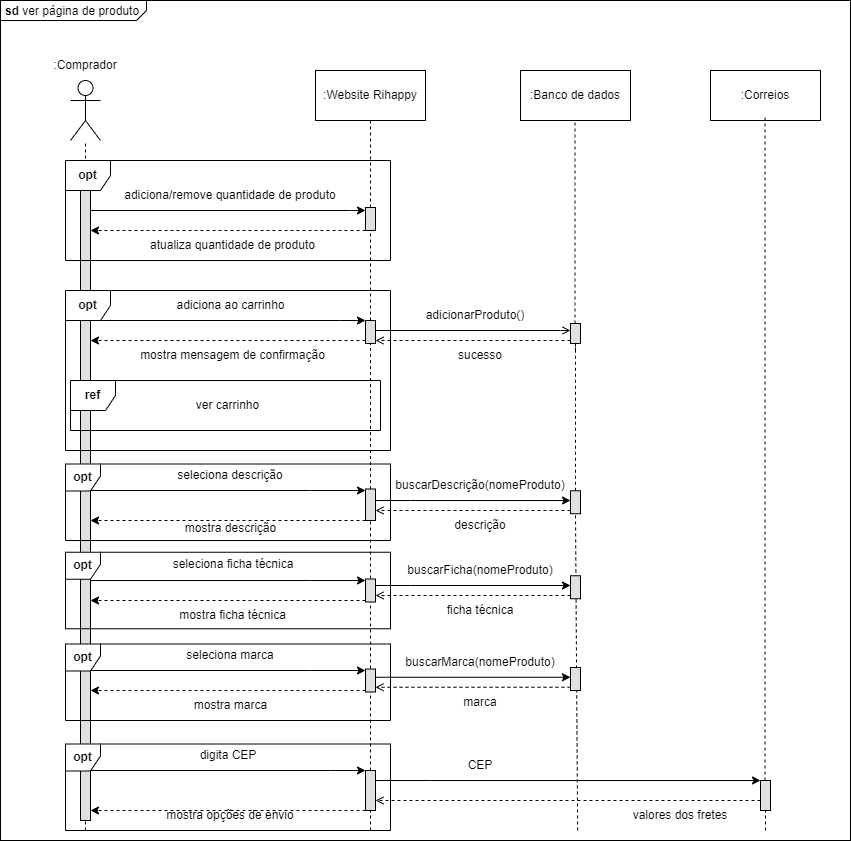
UnBArqDsw2023-1/2023.1_G4_ProjetoRiHappy keeps this draw.io diagram as docs/Modelagem/images/diagramaDeSequenciaProduto_v2.png. Above is the earlier version. Source tidied: cells renumbered, new cells last; positions are measured from the earlier drawing's top-left corner, leaving out a move shared by most shapes.
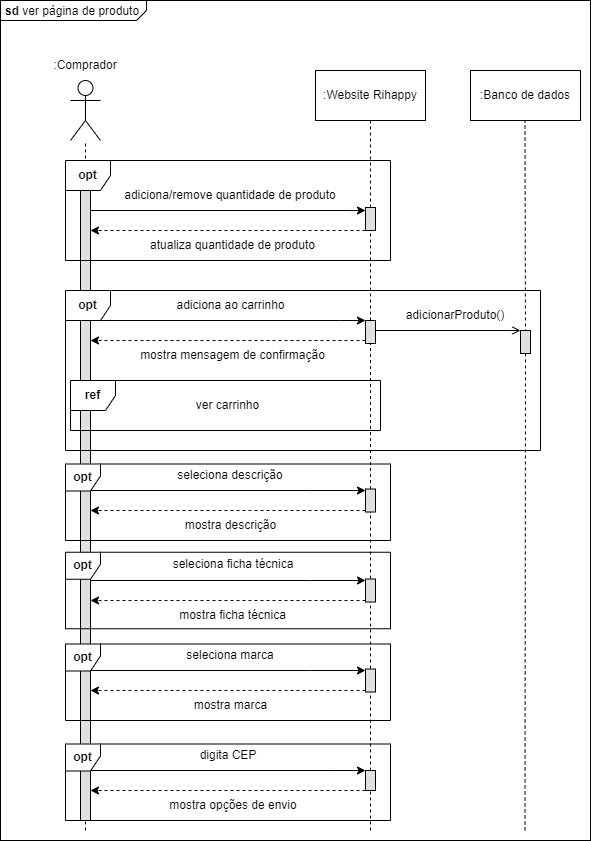
Above is the later version.

Commit message:
substituição das segundas versões com pequenas alterações

Diff of the diagram source:
```diff
@@ -3,7 +3,7 @@
     <mxCell id="0" />
     <mxCell id="1" parent="0" />
     <mxCell id="2" value="&lt;p style=&quot;margin:0px;margin-top:4px;margin-left:5px;text-align:left;&quot;&gt;&lt;b&gt;sd&lt;/b&gt;&amp;nbsp;ver página de produto&lt;/p&gt;" style="html=1;shape=mxgraph.sysml.package;overflow=fill;labelX=146.9;align=left;spacingLeft=5;verticalAlign=top;spacingTop=-3;" parent="1" vertex="1">
-      <mxGeometry width="850" height="840" as="geometry" />
+      <mxGeometry width="590" height="840" as="geometry" />
     </mxCell>
     <mxCell id="3" style="group;" parent="1" vertex="1">
       <mxGeometry x="55" y="50" width="60" height="90" as="geometry" />
@@ -93,11 +93,6 @@
     <mxCell id="22" style="edgeStyle=elbowEdgeStyle;rounded=0;jettySize=auto;html=1;elbow=vertical;curved=0;endArrow=open;endFill=0;" parent="1" edge="1" source="23" target="80">
       <mxGeometry relative="1" as="geometry">
         <Array as="points">
-          <mxPoint x="560" y="330" />
-          <mxPoint x="560" y="320" />
-          <mxPoint x="550" y="320" />
-          <mxPoint x="460" y="330" />
-          <mxPoint x="470" y="330" />
           <mxPoint x="510" y="330" />
         </Array>
       </mxGeometry>
@@ -112,36 +107,27 @@
       <mxGeometry x="135" y="340" width="195" height="30" as="geometry" />
     </mxCell>
     <mxCell id="26" value="&lt;b&gt;opt&lt;/b&gt;" style="shape=umlFrame;whiteSpace=wrap;html=1;width=45;height=30;" parent="1" vertex="1">
-      <mxGeometry x="65" y="290" width="325" height="160" as="geometry" />
+      <mxGeometry x="65" y="290" width="475" height="160" as="geometry" />
     </mxCell>
     <mxCell id="27" style="endArrow=none;dashed=1;html=1;rounded=0;entryX=0.5;entryY=1;entryDx=0;entryDy=0;" parent="1" edge="1" source="49" target="30">
       <mxGeometry relative="1" as="geometry" />
     </mxCell>
     <mxCell id="28" style="edgeStyle=elbowEdgeStyle;rounded=0;jettySize=auto;html=1;elbow=vertical;curved=0;dashed=1;" parent="1" edge="1" source="30">
       <mxGeometry relative="1" as="geometry">
-        <mxPoint x="90" y="520" as="targetPoint" />
+        <mxPoint x="90" y="510" as="targetPoint" />
         <Array as="points">
-          <mxPoint x="320" y="520" />
           <mxPoint x="250" y="510" />
         </Array>
       </mxGeometry>
     </mxCell>
-    <mxCell id="29" style="edgeStyle=elbowEdgeStyle;rounded=0;jettySize=auto;html=1;elbow=vertical;curved=0;" parent="1" edge="1" source="30" target="61">
-      <mxGeometry relative="1" as="geometry">
-        <Array as="points">
-          <mxPoint x="410" y="500" />
-          <mxPoint x="510" y="490" />
-        </Array>
-      </mxGeometry>
-    </mxCell>
     <mxCell id="30" style="html=1;points=[];perimeter=orthogonalPerimeter;outlineConnect=0;targetShapes=umlLifeline;portConstraint=eastwest;newEdgeStyle={&quot;edgeStyle&quot;:&quot;elbowEdgeStyle&quot;,&quot;elbow&quot;:&quot;vertical&quot;,&quot;curved&quot;:0,&quot;rounded&quot;:0};fillColor=#E0E0E0;" parent="1" vertex="1">
-      <mxGeometry x="365" y="488.5" width="10" height="31.5" as="geometry" />
+      <mxGeometry x="365" y="488.5" width="10" height="23" as="geometry" />
     </mxCell>
     <mxCell id="31" value="seleciona descrição" style="text;html=1;strokeColor=none;fillColor=none;align=center;verticalAlign=middle;whiteSpace=wrap;rounded=0;" parent="1" vertex="1">
       <mxGeometry x="176.2" y="460" width="107.5" height="30" as="geometry" />
     </mxCell>
     <mxCell id="32" value="mostra descrição" style="text;html=1;strokeColor=none;fillColor=none;align=center;verticalAlign=middle;whiteSpace=wrap;rounded=0;" parent="1" vertex="1">
-      <mxGeometry x="178.8" y="513.2" width="102.5" height="30" as="geometry" />
+      <mxGeometry x="178.8" y="510" width="102.5" height="30" as="geometry" />
     </mxCell>
     <mxCell id="33" style="edgeStyle=elbowEdgeStyle;rounded=0;jettySize=auto;html=1;elbow=vertical;curved=0;" parent="1" edge="1" target="35">
       <mxGeometry relative="1" as="geometry">
@@ -209,35 +195,23 @@
     </mxCell>
     <mxCell id="47" style="edgeStyle=elbowEdgeStyle;rounded=0;jettySize=auto;html=1;elbow=vertical;curved=0;dashed=1;" parent="1" edge="1" source="49">
       <mxGeometry relative="1" as="geometry">
-        <mxPoint x="90" y="810" as="targetPoint" />
+        <mxPoint x="90" y="790" as="targetPoint" />
         <Array as="points">
-          <mxPoint x="330" y="810" />
           <mxPoint x="140" y="790" />
         </Array>
       </mxGeometry>
     </mxCell>
-    <mxCell id="48" style="edgeStyle=elbowEdgeStyle;rounded=0;jettySize=auto;html=1;elbow=vertical;curved=0;endArrow=classic;endFill=1;" parent="1" edge="1" source="49" target="83">
-      <mxGeometry relative="1" as="geometry">
-        <Array as="points">
-          <mxPoint x="430" y="780" />
-          <mxPoint x="540" y="780" />
-          <mxPoint x="500" y="770" />
-          <mxPoint x="550" y="780" />
-          <mxPoint x="550" y="770" />
-        </Array>
-      </mxGeometry>
-    </mxCell>
     <mxCell id="49" style="html=1;points=[];perimeter=orthogonalPerimeter;outlineConnect=0;targetShapes=umlLifeline;portConstraint=eastwest;newEdgeStyle={&quot;edgeStyle&quot;:&quot;elbowEdgeStyle&quot;,&quot;elbow&quot;:&quot;vertical&quot;,&quot;curved&quot;:0,&quot;rounded&quot;:0};fillColor=#E0E0E0;" parent="1" vertex="1">
-      <mxGeometry x="365" y="770" width="10" height="40" as="geometry" />
+      <mxGeometry x="365" y="770" width="10" height="20" as="geometry" />
     </mxCell>
     <mxCell id="50" value="digita CEP" style="text;html=1;strokeColor=none;fillColor=none;align=center;verticalAlign=middle;whiteSpace=wrap;rounded=0;" parent="1" vertex="1">
       <mxGeometry x="197.5" y="740" width="60" height="30" as="geometry" />
     </mxCell>
     <mxCell id="51" value="mostra opções de envio" style="text;html=1;strokeColor=none;fillColor=none;align=center;verticalAlign=middle;whiteSpace=wrap;rounded=0;" parent="1" vertex="1">
-      <mxGeometry x="165" y="800" width="130" height="30" as="geometry" />
+      <mxGeometry x="167.5" y="790" width="130" height="30" as="geometry" />
     </mxCell>
     <mxCell id="52" value="&lt;b&gt;opt&lt;/b&gt;" style="shape=umlFrame;whiteSpace=wrap;html=1;width=35;height=27;" parent="1" vertex="1">
-      <mxGeometry x="65" y="743.5" width="325" height="86.5" as="geometry" />
+      <mxGeometry x="65" y="743.5" width="325" height="76.5" as="geometry" />
     </mxCell>
     <mxCell id="53" value="&lt;b&gt;ref&lt;/b&gt;" style="shape=umlFrame;whiteSpace=wrap;html=1;width=45;height=30;" parent="1" vertex="1">
       <mxGeometry x="70" y="380" width="310" height="50" as="geometry" />
@@ -246,142 +220,22 @@
       <mxGeometry x="190" y="390" width="75" height="30" as="geometry" />
     </mxCell>
     <mxCell id="55" value=":Banco de dados" style="html=1;whiteSpace=wrap;" parent="1" vertex="1">
-      <mxGeometry x="520" y="70" width="110" height="50" as="geometry" />
+      <mxGeometry x="470" y="70" width="110" height="50" as="geometry" />
     </mxCell>
-    <mxCell id="56" style="endArrow=none;dashed=1;html=1;rounded=0;entryX=0.5;entryY=1;entryDx=0;entryDy=0;" parent="1" edge="1" source="80">
+    <mxCell id="56" style="endArrow=none;dashed=1;html=1;rounded=0;entryX=0.5;entryY=1;entryDx=0;entryDy=0;" parent="1" edge="1">
       <mxGeometry relative="1" as="geometry">
-        <mxPoint x="574.5" y="120" as="targetPoint" />
+        <mxPoint x="525" y="350" as="sourcePoint" />
+        <mxPoint x="524.5" y="120" as="targetPoint" />
       </mxGeometry>
     </mxCell>
-    <mxCell id="57" style="endArrow=none;dashed=1;html=1;rounded=0;entryX=0.5;entryY=1;entryDx=0;entryDy=0;" parent="1" edge="1" source="61" target="80">
+    <mxCell id="57" style="endArrow=none;dashed=1;html=1;rounded=0;entryX=0.5;entryY=1;entryDx=0;entryDy=0;exitX=0.889;exitY=0.988;exitDx=0;exitDy=0;exitPerimeter=0;" parent="1" edge="1" source="2" target="80">
       <mxGeometry relative="1" as="geometry" />
     </mxCell>
-    <mxCell id="58" style="edgeStyle=elbowEdgeStyle;rounded=0;jettySize=auto;html=1;elbow=vertical;curved=0;dashed=1;endArrow=open;endFill=0;" parent="1" edge="1" source="80" target="23">
-      <mxGeometry relative="1" as="geometry">
-        <Array as="points">
-          <mxPoint x="540" y="340" />
-        </Array>
-      </mxGeometry>
-    </mxCell>
+    <mxCell id="80" style="html=1;points=[];perimeter=orthogonalPerimeter;outlineConnect=0;targetShapes=umlLifeline;portConstraint=eastwest;newEdgeStyle={&quot;edgeStyle&quot;:&quot;elbowEdgeStyle&quot;,&quot;elbow&quot;:&quot;vertical&quot;,&quot;curved&quot;:0,&quot;rounded&quot;:0};fillColor=#E0E0E0;" parent="1" vertex="1">
+      <mxGeometry x="520" y="330" width="10" height="23" as="geometry" />
+    </mxCell>
     <mxCell id="59" value="adicionarProduto()" style="text;html=1;strokeColor=none;fillColor=none;align=center;verticalAlign=middle;whiteSpace=wrap;rounded=0;" parent="1" vertex="1">
-      <mxGeometry x="445" y="300" width="60" height="30" as="geometry" />
+      <mxGeometry x="425" y="300" width="60" height="30" as="geometry" />
     </mxCell>
-    <mxCell id="60" style="edgeStyle=elbowEdgeStyle;rounded=0;jettySize=auto;html=1;elbow=vertical;curved=0;dashed=1;endArrow=open;endFill=0;" parent="1" edge="1" source="61" target="30">
-      <mxGeometry relative="1" as="geometry">
-        <Array as="points">
-          <mxPoint x="410" y="510" />
-          <mxPoint x="420" y="510" />
-        </Array>
-      </mxGeometry>
-    </mxCell>
-    <mxCell id="61" style="html=1;points=[];perimeter=orthogonalPerimeter;outlineConnect=0;targetShapes=umlLifeline;portConstraint=eastwest;newEdgeStyle={&quot;edgeStyle&quot;:&quot;elbowEdgeStyle&quot;,&quot;elbow&quot;:&quot;vertical&quot;,&quot;curved&quot;:0,&quot;rounded&quot;:0};fillColor=#E0E0E0;" parent="1" vertex="1">
-      <mxGeometry x="570" y="490.2" width="10" height="23" as="geometry" />
-    </mxCell>
-    <mxCell id="62" value="buscarDescrição(nomeProduto)" style="text;html=1;strokeColor=none;fillColor=none;align=center;verticalAlign=middle;whiteSpace=wrap;rounded=0;" parent="1" vertex="1">
-      <mxGeometry x="450" y="470" width="60" height="30" as="geometry" />
-    </mxCell>
-    <mxCell id="63" value="descrição" style="text;html=1;strokeColor=none;fillColor=none;align=center;verticalAlign=middle;whiteSpace=wrap;rounded=0;" parent="1" vertex="1">
-      <mxGeometry x="450" y="510" width="60" height="30" as="geometry" />
-    </mxCell>
-    <mxCell id="64" style="endArrow=none;dashed=1;html=1;rounded=0;entryX=0.5;entryY=1;entryDx=0;entryDy=0;exitX=0.679;exitY=0.988;exitDx=0;exitDy=0;exitPerimeter=0;" parent="1" edge="1" source="2">
-      <mxGeometry relative="1" as="geometry">
-        <mxPoint x="575" y="513.2" as="targetPoint" />
-      </mxGeometry>
-    </mxCell>
-    <mxCell id="65" style="edgeStyle=elbowEdgeStyle;rounded=0;jettySize=auto;html=1;elbow=vertical;curved=0;endArrow=classic;endFill=1;" parent="1" edge="1" target="67">
-      <mxGeometry relative="1" as="geometry">
-        <mxPoint x="375" y="585" as="sourcePoint" />
-        <Array as="points">
-          <mxPoint x="410" y="585" />
-          <mxPoint x="510" y="575" />
-        </Array>
-      </mxGeometry>
-    </mxCell>
-    <mxCell id="66" style="edgeStyle=elbowEdgeStyle;rounded=0;jettySize=auto;html=1;elbow=vertical;curved=0;dashed=1;endArrow=open;endFill=0;" parent="1" edge="1" source="67">
-      <mxGeometry relative="1" as="geometry">
-        <mxPoint x="375" y="595" as="targetPoint" />
-        <Array as="points">
-          <mxPoint x="410" y="595" />
-          <mxPoint x="420" y="595" />
-        </Array>
-      </mxGeometry>
-    </mxCell>
-    <mxCell id="67" style="html=1;points=[];perimeter=orthogonalPerimeter;outlineConnect=0;targetShapes=umlLifeline;portConstraint=eastwest;newEdgeStyle={&quot;edgeStyle&quot;:&quot;elbowEdgeStyle&quot;,&quot;elbow&quot;:&quot;vertical&quot;,&quot;curved&quot;:0,&quot;rounded&quot;:0};fillColor=#E0E0E0;" parent="1" vertex="1">
-      <mxGeometry x="570" y="575.2" width="10" height="23" as="geometry" />
-    </mxCell>
-    <mxCell id="68" value="buscarFicha(nomeProduto)" style="text;html=1;strokeColor=none;fillColor=none;align=center;verticalAlign=middle;whiteSpace=wrap;rounded=0;" parent="1" vertex="1">
-      <mxGeometry x="450" y="555" width="60" height="30" as="geometry" />
-    </mxCell>
-    <mxCell id="69" value="ficha técnica" style="text;html=1;strokeColor=none;fillColor=none;align=center;verticalAlign=middle;whiteSpace=wrap;rounded=0;" parent="1" vertex="1">
-      <mxGeometry x="445" y="595" width="70" height="30" as="geometry" />
-    </mxCell>
-    <mxCell id="70" style="edgeStyle=elbowEdgeStyle;rounded=0;jettySize=auto;html=1;elbow=vertical;curved=0;endArrow=classic;endFill=1;" parent="1" edge="1" target="72">
-      <mxGeometry relative="1" as="geometry">
-        <mxPoint x="375" y="676.8" as="sourcePoint" />
-        <Array as="points">
-          <mxPoint x="410" y="676.8" />
-          <mxPoint x="510" y="666.8" />
-        </Array>
-      </mxGeometry>
-    </mxCell>
-    <mxCell id="71" style="edgeStyle=elbowEdgeStyle;rounded=0;jettySize=auto;html=1;elbow=vertical;curved=0;dashed=1;endArrow=open;endFill=0;" parent="1" edge="1" source="72">
-      <mxGeometry relative="1" as="geometry">
-        <mxPoint x="375" y="686.8" as="targetPoint" />
-        <Array as="points">
-          <mxPoint x="410" y="686.8" />
-          <mxPoint x="420" y="686.8" />
-        </Array>
-      </mxGeometry>
-    </mxCell>
-    <mxCell id="72" style="html=1;points=[];perimeter=orthogonalPerimeter;outlineConnect=0;targetShapes=umlLifeline;portConstraint=eastwest;newEdgeStyle={&quot;edgeStyle&quot;:&quot;elbowEdgeStyle&quot;,&quot;elbow&quot;:&quot;vertical&quot;,&quot;curved&quot;:0,&quot;rounded&quot;:0};fillColor=#E0E0E0;" parent="1" vertex="1">
-      <mxGeometry x="570" y="667" width="10" height="23" as="geometry" />
-    </mxCell>
-    <mxCell id="73" value="buscarMarca(nomeProduto)" style="text;html=1;strokeColor=none;fillColor=none;align=center;verticalAlign=middle;whiteSpace=wrap;rounded=0;" parent="1" vertex="1">
-      <mxGeometry x="450" y="646.8" width="60" height="30" as="geometry" />
-    </mxCell>
-    <mxCell id="74" value="marca" style="text;html=1;strokeColor=none;fillColor=none;align=center;verticalAlign=middle;whiteSpace=wrap;rounded=0;" parent="1" vertex="1">
-      <mxGeometry x="445" y="686.8" width="70" height="30" as="geometry" />
-    </mxCell>
-    <mxCell id="75" style="edgeStyle=elbowEdgeStyle;rounded=0;jettySize=auto;html=1;elbow=vertical;curved=0;dashed=1;endArrow=open;endFill=0;" parent="1" edge="1" source="83" target="49">
-      <mxGeometry relative="1" as="geometry">
-        <Array as="points">
-          <mxPoint x="540" y="800" />
-          <mxPoint x="760" y="810" />
-        </Array>
-      </mxGeometry>
-    </mxCell>
-    <mxCell id="76" value="CEP" style="text;html=1;strokeColor=none;fillColor=none;align=center;verticalAlign=middle;whiteSpace=wrap;rounded=0;" parent="1" vertex="1">
-      <mxGeometry x="450" y="750" width="60" height="30" as="geometry" />
-    </mxCell>
-    <mxCell id="77" value=":Correios" style="html=1;whiteSpace=wrap;" parent="1" vertex="1">
-      <mxGeometry x="710" y="70" width="110" height="50" as="geometry" />
-    </mxCell>
-    <mxCell id="78" value="sucesso" style="text;html=1;strokeColor=none;fillColor=none;align=center;verticalAlign=middle;whiteSpace=wrap;rounded=0;" parent="1" vertex="1">
-      <mxGeometry x="450" y="340" width="60" height="30" as="geometry" />
-    </mxCell>
-    <mxCell id="79" style="endArrow=none;dashed=1;html=1;rounded=0;entryX=0.5;entryY=1;entryDx=0;entryDy=0;" parent="1" edge="1" target="80">
-      <mxGeometry relative="1" as="geometry">
-        <mxPoint x="575" y="350" as="sourcePoint" />
-      </mxGeometry>
-    </mxCell>
-    <mxCell id="80" style="html=1;points=[];perimeter=orthogonalPerimeter;outlineConnect=0;targetShapes=umlLifeline;portConstraint=eastwest;newEdgeStyle={&quot;edgeStyle&quot;:&quot;elbowEdgeStyle&quot;,&quot;elbow&quot;:&quot;vertical&quot;,&quot;curved&quot;:0,&quot;rounded&quot;:0};fillColor=#E0E0E0;" parent="1" vertex="1">
-      <mxGeometry x="570" y="323" width="10" height="20" as="geometry" />
-    </mxCell>
-    <mxCell id="81" style="endArrow=none;dashed=1;html=1;rounded=0;entryX=0.5;entryY=1;entryDx=0;entryDy=0;" parent="1" edge="1" source="83">
-      <mxGeometry relative="1" as="geometry">
-        <mxPoint x="764.5" y="117" as="targetPoint" />
-      </mxGeometry>
-    </mxCell>
-    <mxCell id="82" style="endArrow=none;dashed=1;html=1;rounded=0;entryX=0.5;entryY=1;entryDx=0;entryDy=0;" parent="1" edge="1" target="83">
-      <mxGeometry relative="1" as="geometry">
-        <mxPoint x="765" y="830" as="sourcePoint" />
-      </mxGeometry>
-    </mxCell>
-    <mxCell id="83" style="html=1;points=[];perimeter=orthogonalPerimeter;outlineConnect=0;targetShapes=umlLifeline;portConstraint=eastwest;newEdgeStyle={&quot;edgeStyle&quot;:&quot;elbowEdgeStyle&quot;,&quot;elbow&quot;:&quot;vertical&quot;,&quot;curved&quot;:0,&quot;rounded&quot;:0};fillColor=#E0E0E0;" parent="1" vertex="1">
-      <mxGeometry x="760" y="780" width="10" height="30" as="geometry" />
-    </mxCell>
-    <mxCell id="84" value="valores dos fretes" style="text;html=1;strokeColor=none;fillColor=none;align=center;verticalAlign=middle;whiteSpace=wrap;rounded=0;" parent="1" vertex="1">
-      <mxGeometry x="630" y="800" width="100" height="30" as="geometry" />
-    </mxCell>
   </root>
 </mxGraphModel>
```
